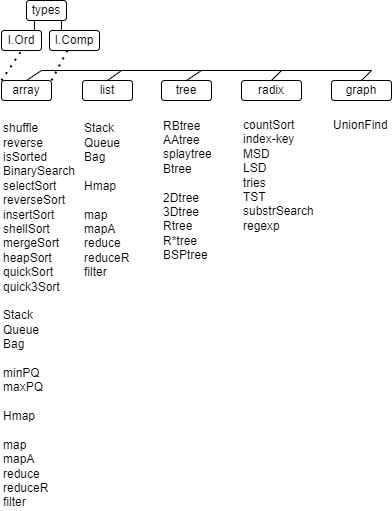
kselnaag/algos keeps this draw.io diagram as pics/algos.png. Above is the earlier version. Source tidied: cells renumbered, new cells last; positions are measured from the earlier drawing's top-left corner, leaving out a move shared by most shapes.
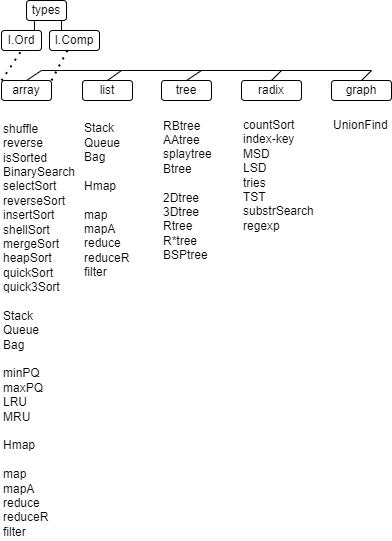
The same diagram one commit later.

The edit, as a diff of the source:
```diff
@@ -17,8 +17,8 @@
     <mxCell id="6" value="graph" style="rounded=1;whiteSpace=wrap;html=1;fontColor=#000000;fillColor=none;strokeColor=#000000;" parent="1" vertex="1">
       <mxGeometry x="330" y="80" width="60" height="20" as="geometry" />
     </mxCell>
-    <mxCell id="7" value="shuffle&lt;br&gt;reverse&lt;br&gt;isSorted&lt;br&gt;BinarySearch&lt;br&gt;selectSort&lt;br&gt;reverseSort&lt;br&gt;insertSort&lt;br&gt;shellSort&lt;br&gt;mergeSort&lt;br&gt;heapSort&lt;br&gt;quickSort&lt;br&gt;quick3Sort&lt;br&gt;&lt;br&gt;Stack&lt;br&gt;Queue&lt;br&gt;Bag&lt;br&gt;&lt;br&gt;minPQ&lt;br&gt;maxPQ&lt;br&gt;&lt;br&gt;Hmap&lt;br&gt;&lt;br&gt;map&lt;br&gt;mapA&lt;br&gt;reduce&lt;br&gt;reduceR&lt;br&gt;filter" style="text;html=1;strokeColor=none;fillColor=none;align=left;verticalAlign=middle;whiteSpace=wrap;rounded=0;fontColor=#000000;" parent="1" vertex="1">
-      <mxGeometry y="120" width="66" height="390" as="geometry" />
+    <mxCell id="7" value="shuffle&lt;br&gt;reverse&lt;br&gt;isSorted&lt;br&gt;BinarySearch&lt;br&gt;selectSort&lt;br&gt;reverseSort&lt;br&gt;insertSort&lt;br&gt;shellSort&lt;br&gt;mergeSort&lt;br&gt;heapSort&lt;br&gt;quickSort&lt;br&gt;quick3Sort&lt;br&gt;&lt;br&gt;Stack&lt;br&gt;Queue&lt;br&gt;Bag&lt;br&gt;&lt;br&gt;minPQ&lt;br&gt;maxPQ&lt;br&gt;LRU&lt;br&gt;MRU&lt;br&gt;&lt;br&gt;Hmap&lt;br&gt;&lt;br&gt;map&lt;br&gt;mapA&lt;br&gt;reduce&lt;br&gt;reduceR&lt;br&gt;filter" style="text;html=1;strokeColor=none;fillColor=none;align=left;verticalAlign=middle;whiteSpace=wrap;rounded=0;fontColor=#000000;" parent="1" vertex="1">
+      <mxGeometry y="120" width="66" height="420" as="geometry" />
     </mxCell>
     <mxCell id="8" value="Stack&lt;br&gt;Queue&lt;br&gt;Bag&lt;br&gt;&lt;br&gt;Hmap&lt;br&gt;&lt;br&gt;map&lt;br&gt;mapA&lt;br&gt;reduce&lt;br&gt;reduceR&lt;br&gt;filter" style="text;html=1;strokeColor=none;fillColor=none;align=left;verticalAlign=middle;whiteSpace=wrap;rounded=0;fontColor=#000000;" parent="1" vertex="1">
       <mxGeometry x="81" y="120" width="66" height="160" as="geometry" />
```
